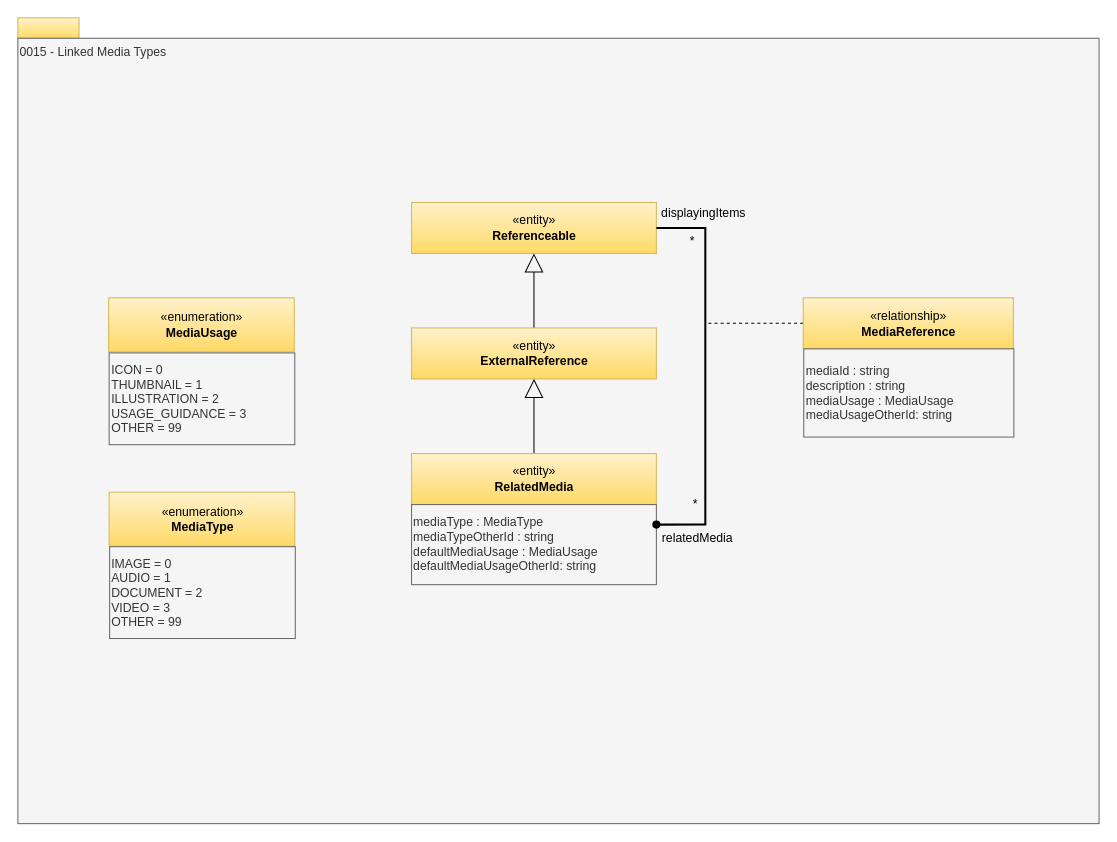
Above: page "0015-Linked-Media-Types" (10 of 33) of site/docs/types/0/area-0-basic-types-and-infrastructure.drawio in odpi/egeria-docs (draw.io), before the change. Source tidied: cells renumbered, new cells numbered last; positions are measured from the earlier drawing's top-left corner, leaving out a move shared by most shapes. Both pictures are drawn from the tidied source at 102%, with x=0, y=0 at pixel (17, 17).
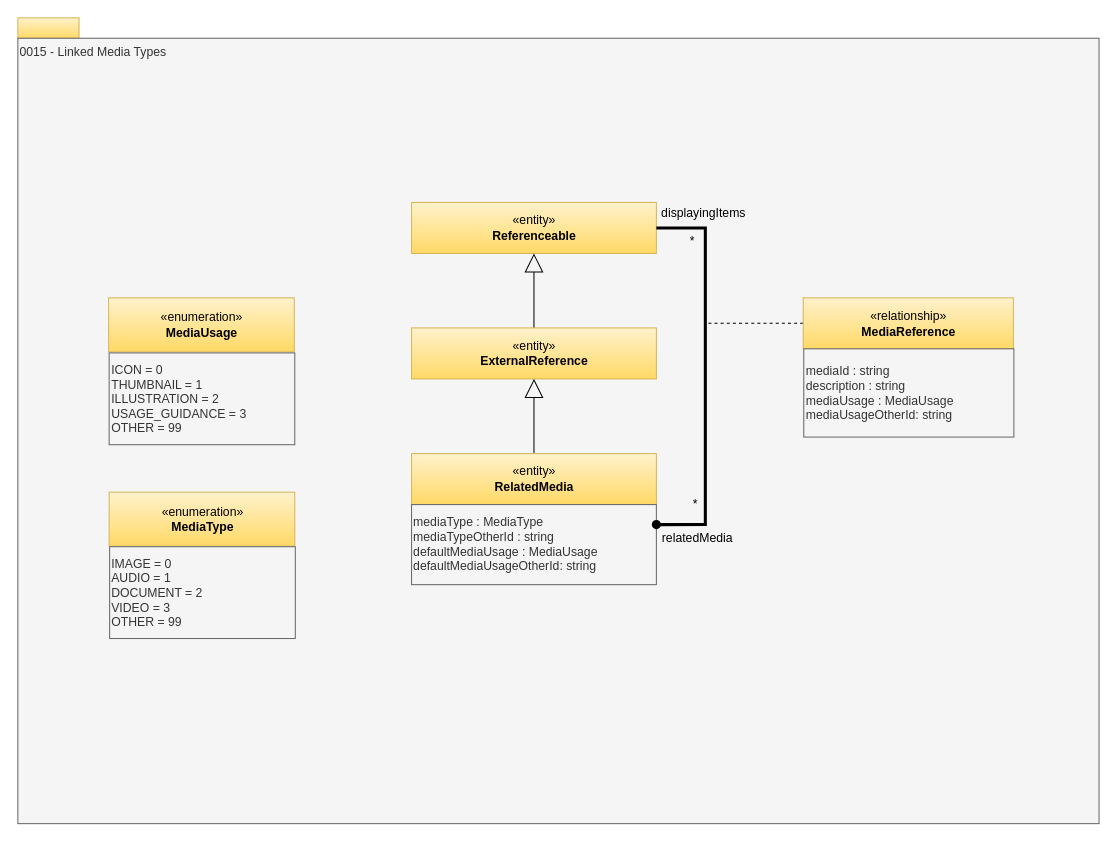
Above is the later version.

Unchanged cells that the change refers to:
```xml
<mxCell id="4" value="«entity»&lt;br&gt;&lt;b&gt;Referenceable&lt;/b&gt;" style="html=1;strokeColor=#d6b656;align=center;fillColor=#fff2cc;gradientColor=#ffd966;" parent="1" vertex="1">
  <mxGeometry x="386" y="181" width="240" height="50" as="geometry" />
</mxCell>
<mxCell id="9" value="mediaType : MediaType&lt;br&gt;mediaTypeOtherId : string&lt;br&gt;defaultMediaUsage : MediaUsage&amp;nbsp;&lt;br&gt;defaultMediaUsageOtherId: string" style="rounded=0;whiteSpace=wrap;html=1;strokeColor=#666666;align=left;fillColor=#f5f5f5;fontColor=#333333;" parent="1" vertex="1">
  <mxGeometry x="386" y="477.2" width="240" height="78.5" as="geometry" />
</mxCell>
```

What changed in the source:
```diff
@@
-    <mxCell id="21" style="edgeStyle=orthogonalEdgeStyle;rounded=0;html=1;exitX=1;exitY=0.25;entryX=1;entryY=0.5;endArrow=none;endFill=0;jettySize=auto;startArrow=oval;startFill=1;strokeWidth=2;" parent="1" edge="1" source="9" target="4">
+    <mxCell id="21" style="edgeStyle=orthogonalEdgeStyle;rounded=0;html=1;exitX=1;exitY=0.25;entryX=1;entryY=0.5;endArrow=none;endFill=0;jettySize=auto;startArrow=oval;startFill=1;strokeWidth=3;" parent="1" edge="1" source="9" target="4">
       <mxGeometry relative="1" as="geometry">
         <Array as="points">
           <mxPoint x="674" y="497" />
           <mxPoint x="674" y="206" />
         </Array>
       </mxGeometry>
     </mxCell>
```
